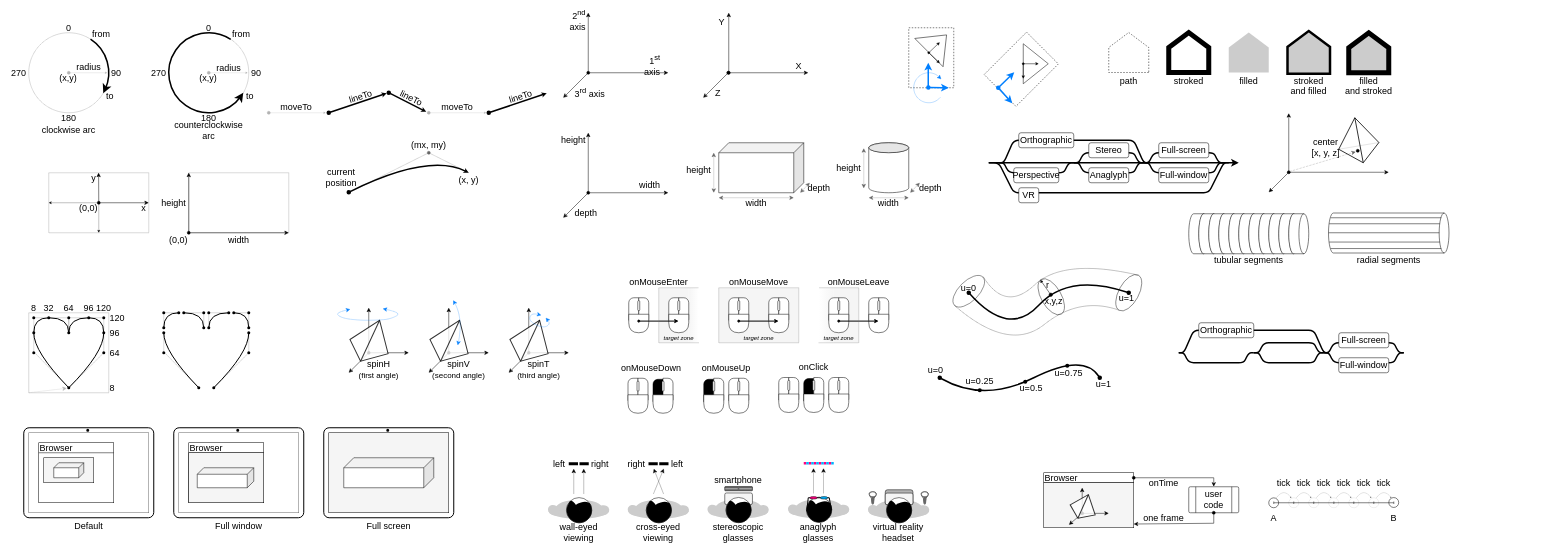
Above: docs/images/images.drawio in boytchev/suica (draw.io), before the change. Source tidied: cells renumbered, new cells numbered last; positions are measured from the earlier drawing's top-left corner, leaving out a move shared by most shapes. Both pictures are drawn from the tidied source at 50%, with x=0, y=0 at pixel (8, 12).
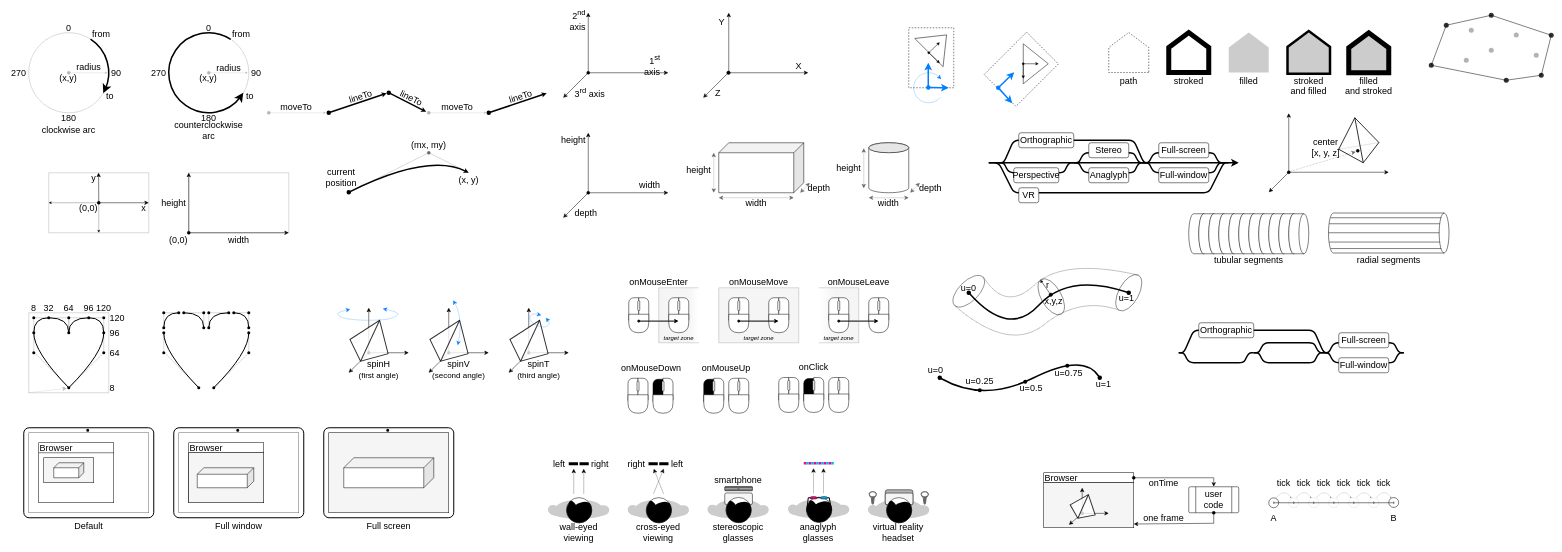
After the change.

Change to the diagram source:
```diff
@@
+    <mxCell id="510" style="ellipse;whiteSpace=wrap;html=1;fillColor=#333333;strokeColor=none;" parent="1" vertex="1">
+      <mxGeometry x="2870" y="20" width="10" height="10" as="geometry" />
+    </mxCell>
+    <mxCell id="511" style="ellipse;whiteSpace=wrap;html=1;fillColor=#333333;strokeColor=none;" parent="1" vertex="1">
+      <mxGeometry x="2840" y="100" width="10" height="10" as="geometry" />
+    </mxCell>
+    <mxCell id="512" style="ellipse;whiteSpace=wrap;html=1;fillColor=#B3B3B3;strokeColor=none;" parent="1" vertex="1">
+      <mxGeometry x="2920" y="30" width="10" height="10" as="geometry" />
+    </mxCell>
+    <mxCell id="513" style="ellipse;whiteSpace=wrap;html=1;fillColor=#B3B3B3;strokeColor=none;" parent="1" vertex="1">
+      <mxGeometry x="2960" y="70" width="10" height="10" as="geometry" />
+    </mxCell>
+    <mxCell id="514" style="ellipse;whiteSpace=wrap;html=1;fillColor=#333333;strokeColor=none;" parent="1" vertex="1">
+      <mxGeometry x="2960" width="10" height="10" as="geometry" />
+    </mxCell>
+    <mxCell id="515" style="ellipse;whiteSpace=wrap;html=1;fillColor=#B3B3B3;strokeColor=none;" parent="1" vertex="1">
+      <mxGeometry x="3010" y="39.5" width="10" height="10" as="geometry" />
+    </mxCell>
+    <mxCell id="516" style="ellipse;whiteSpace=wrap;html=1;fillColor=#333333;strokeColor=none;" parent="1" vertex="1">
+      <mxGeometry x="3080" y="40" width="10" height="10" as="geometry" />
+    </mxCell>
+    <mxCell id="517" style="ellipse;whiteSpace=wrap;html=1;fillColor=#B3B3B3;strokeColor=none;" parent="1" vertex="1">
+      <mxGeometry x="2910" y="90" width="10" height="10" as="geometry" />
+    </mxCell>
+    <mxCell id="518" style="ellipse;whiteSpace=wrap;html=1;fillColor=#333333;strokeColor=none;" parent="1" vertex="1">
+      <mxGeometry x="2990" y="130" width="10" height="10" as="geometry" />
+    </mxCell>
+    <mxCell id="519" style="ellipse;whiteSpace=wrap;html=1;fillColor=#333333;strokeColor=none;" parent="1" vertex="1">
+      <mxGeometry x="3060" y="120" width="10" height="10" as="geometry" />
+    </mxCell>
+    <mxCell id="520" style="ellipse;whiteSpace=wrap;html=1;fillColor=#B3B3B3;strokeColor=none;" parent="1" vertex="1">
+      <mxGeometry x="3050" y="80" width="10" height="10" as="geometry" />
+    </mxCell>
+    <mxCell id="521" style="endArrow=none;html=1;rounded=0;" parent="1" edge="1">
+      <mxGeometry relative="1" as="geometry">
+        <mxPoint x="2875" y="25" as="sourcePoint" />
+        <mxPoint x="2875" y="25" as="targetPoint" />
+        <Array as="points">
+          <mxPoint x="2845" y="105" />
+          <mxPoint x="2995" y="135" />
+          <mxPoint x="3065" y="125" />
+          <mxPoint x="3085" y="45" />
+          <mxPoint x="2965" y="5" />
+        </Array>
+      </mxGeometry>
+    </mxCell>
```
